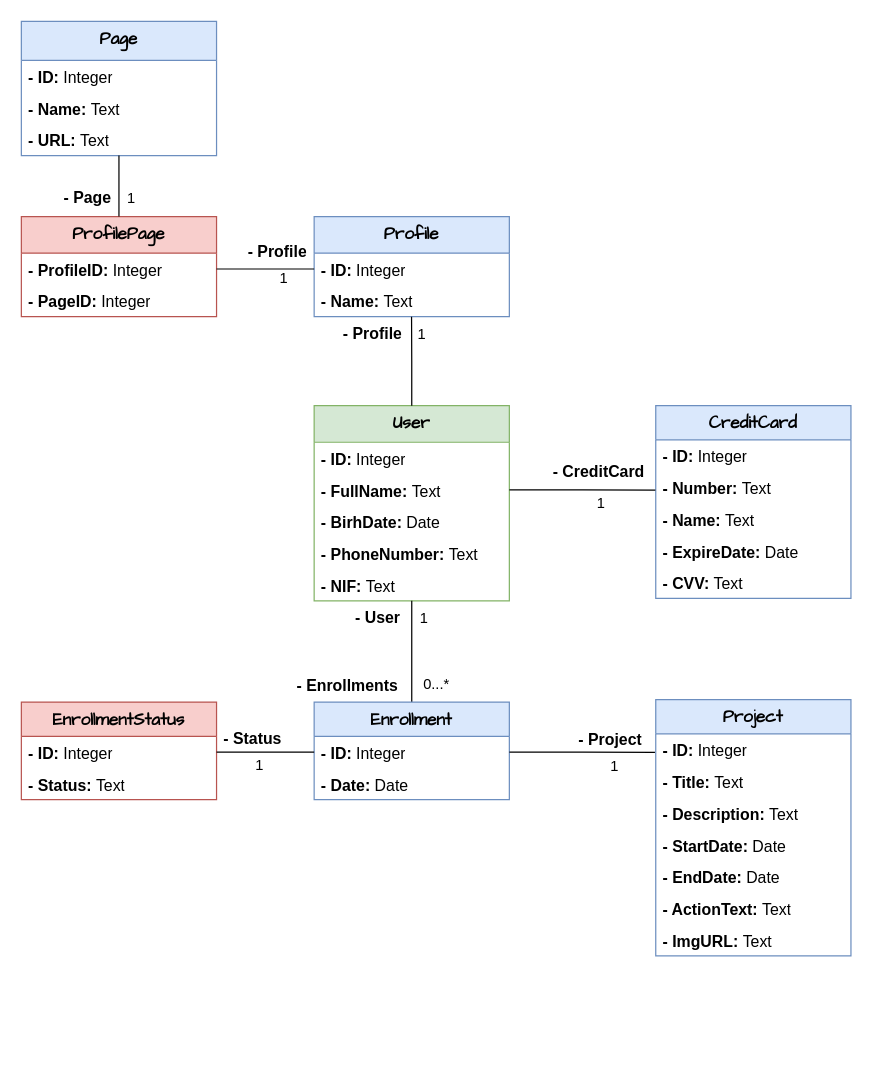
Above: models/data-models.drawio in Joaquim-Claudio/CVP360 (draw.io), before the change. Source tidied: cells renumbered, new cells numbered last; positions are measured from the earlier drawing's top-left corner, leaving out a move shared by most shapes. Both pictures are drawn from the tidied source at 122%, with x=0, y=0 at pixel (21, 21).
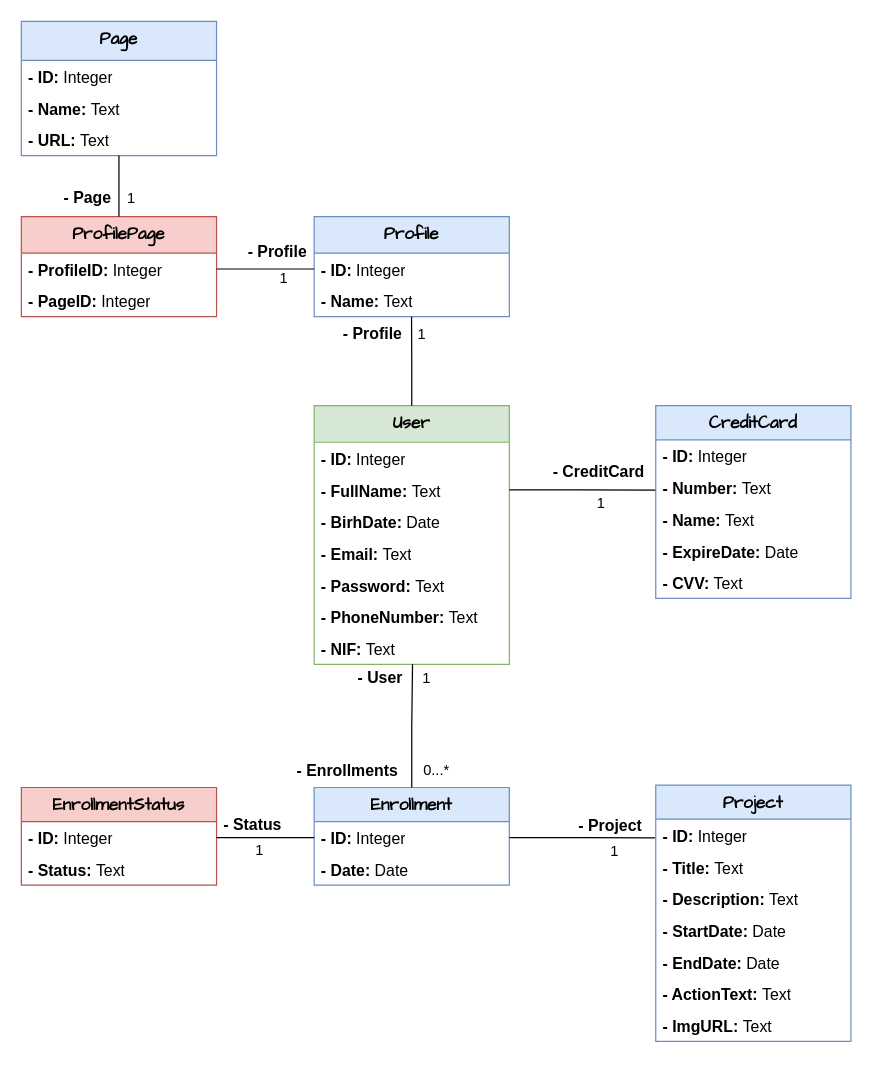
After the change.

Change to the diagram source:
```diff
@@
     <mxCell id="2" value="&lt;font style=&quot;font-size: 14px;&quot;&gt;User&lt;/font&gt;" style="swimlane;fontStyle=1;align=center;verticalAlign=top;horizontal=1;startSize=30;whiteSpace=wrap;html=1;fontFamily=Comic Sans MS;fontSize=13;fillColor=#d5e8d4;strokeColor=#82b366;" parent="1" vertex="1">
-      <mxGeometry x="240" y="315" width="160" height="160" as="geometry" />
+      <mxGeometry x="240" y="315" width="160" height="212" as="geometry" />
     </mxCell>
@@
+    <mxCell id="61" value="&lt;b style=&quot;font-size: 13px;&quot;&gt;- Email:&lt;/b&gt;&amp;nbsp;Text" style="text;strokeColor=none;fillColor=none;align=left;verticalAlign=top;spacingLeft=4;spacingRight=4;overflow=hidden;whiteSpace=wrap;html=1;fontSize=13;" parent="2" vertex="1">
+      <mxGeometry y="108" width="160" height="26" as="geometry" />
+    </mxCell>
+    <mxCell id="62" value="&lt;b style=&quot;font-size: 13px;&quot;&gt;- Password:&lt;/b&gt;&amp;nbsp;Text" style="text;strokeColor=none;fillColor=none;align=left;verticalAlign=top;spacingLeft=4;spacingRight=4;overflow=hidden;whiteSpace=wrap;html=1;fontSize=13;" parent="2" vertex="1">
+      <mxGeometry y="134" width="160" height="26" as="geometry" />
+    </mxCell>
     <mxCell id="6" value="&lt;b style=&quot;font-size: 13px;&quot;&gt;- PhoneNumber:&lt;/b&gt;&amp;nbsp;Text" style="text;strokeColor=none;fillColor=none;align=left;verticalAlign=top;spacingLeft=4;spacingRight=4;overflow=hidden;whiteSpace=wrap;html=1;fontSize=13;" parent="2" vertex="1">
-      <mxGeometry y="108" width="160" height="26" as="geometry" />
+      <mxGeometry y="160" width="160" height="26" as="geometry" />
     </mxCell>
     <mxCell id="7" value="&lt;b style=&quot;font-size: 13px;&quot;&gt;- NIF:&lt;/b&gt;&amp;nbsp;Text" style="text;strokeColor=none;fillColor=none;align=left;verticalAlign=top;spacingLeft=4;spacingRight=4;overflow=hidden;points=[[0,0.5],[1,0.5]];portConstraint=eastwest;whiteSpace=wrap;html=1;fontSize=13;" parent="2" vertex="1">
-      <mxGeometry y="134" width="160" height="26" as="geometry" />
+      <mxGeometry y="186" width="160" height="26" as="geometry" />
     </mxCell>
@@
     <mxCell id="24" value="&lt;font style=&quot;font-size: 14px;&quot;&gt;Project&lt;/font&gt;" style="swimlane;fontStyle=1;align=center;verticalAlign=top;horizontal=1;startSize=28;whiteSpace=wrap;html=1;fontFamily=Comic Sans MS;fontSize=13;fillColor=#dae8fc;strokeColor=#6c8ebf;" parent="1" vertex="1">
-      <mxGeometry x="520" y="556" width="160" height="210" as="geometry" />
+      <mxGeometry x="520" y="626" width="160" height="210" as="geometry" />
     </mxCell>
@@
-    <mxCell id="32" style="edgeStyle=orthogonalEdgeStyle;rounded=0;jettySize=auto;html=1;entryX=0.5;entryY=1;entryDx=0;entryDy=0;endArrow=none;endFill=0;" parent="1" edge="1" source="33" target="2">
-      <mxGeometry relative="1" as="geometry" />
-    </mxCell>
     <mxCell id="33" value="&lt;font style=&quot;font-size: 14px;&quot;&gt;Enrollment&lt;/font&gt;" style="swimlane;fontStyle=1;align=center;verticalAlign=top;horizontal=1;startSize=28;whiteSpace=wrap;html=1;fontFamily=Comic Sans MS;fontSize=13;fillColor=#dae8fc;strokeColor=#6c8ebf;" parent="1" vertex="1">
-      <mxGeometry x="240" y="558" width="160" height="80" as="geometry" />
+      <mxGeometry x="240" y="628" width="160" height="80" as="geometry" />
     </mxCell>
@@
     <mxCell id="48" value="- User" style="text;strokeColor=none;fillColor=none;align=left;verticalAlign=top;spacingLeft=4;spacingRight=4;overflow=hidden;whiteSpace=wrap;html=1;fontSize=13;fontStyle=1;" parent="1" vertex="1">
-      <mxGeometry x="268" y="475" width="52" height="26" as="geometry" />
+      <mxGeometry x="270" y="524" width="52" height="26" as="geometry" />
     </mxCell>
     <mxCell id="49" value="1" style="text;align=center;fontStyle=0;verticalAlign=middle;spacingLeft=3;spacingRight=3;strokeColor=none;html=1;" parent="1" vertex="1">
-      <mxGeometry x="320" y="480" width="20" height="20" as="geometry" />
+      <mxGeometry x="322" y="529" width="20" height="20" as="geometry" />
     </mxCell>
     <mxCell id="50" value="- Project" style="text;strokeColor=none;fillColor=none;align=left;verticalAlign=top;spacingLeft=4;spacingRight=4;overflow=hidden;whiteSpace=wrap;html=1;fontSize=13;fontStyle=1;" parent="1" vertex="1">
-      <mxGeometry x="451" y="575" width="69" height="26" as="geometry" />
+      <mxGeometry x="451" y="645" width="69" height="26" as="geometry" />
     </mxCell>
     <mxCell id="51" value="1" style="text;align=center;fontStyle=0;verticalAlign=middle;spacingLeft=3;spacingRight=3;strokeColor=none;html=1;" parent="1" vertex="1">
-      <mxGeometry x="475.5" y="601" width="20" height="20" as="geometry" />
+      <mxGeometry x="475.5" y="671" width="20" height="20" as="geometry" />
     </mxCell>
@@
     <mxCell id="53" value="&lt;font style=&quot;font-size: 14px;&quot;&gt;EnrollmentStatus&lt;/font&gt;" style="swimlane;fontStyle=1;align=center;verticalAlign=top;horizontal=1;startSize=28;whiteSpace=wrap;html=1;fontFamily=Comic Sans MS;fontSize=13;fillColor=#f8cecc;strokeColor=#b85450;" parent="1" vertex="1">
-      <mxGeometry y="558" width="160" height="80" as="geometry" />
+      <mxGeometry y="628" width="160" height="80" as="geometry" />
     </mxCell>
@@
     <mxCell id="57" value="- Status" style="text;strokeColor=none;fillColor=none;align=left;verticalAlign=top;spacingLeft=4;spacingRight=4;overflow=hidden;whiteSpace=wrap;html=1;fontSize=13;fontStyle=1;" parent="1" vertex="1">
-      <mxGeometry x="160" y="574" width="69" height="26" as="geometry" />
+      <mxGeometry x="160" y="644" width="69" height="26" as="geometry" />
     </mxCell>
     <mxCell id="58" value="1" style="text;align=center;fontStyle=0;verticalAlign=middle;spacingLeft=3;spacingRight=3;strokeColor=none;html=1;" parent="1" vertex="1">
-      <mxGeometry x="184.5" y="600" width="20" height="20" as="geometry" />
+      <mxGeometry x="184.5" y="670" width="20" height="20" as="geometry" />
     </mxCell>
     <mxCell id="59" value="- Enrollments" style="text;strokeColor=none;fillColor=none;align=left;verticalAlign=top;spacingLeft=4;spacingRight=4;overflow=hidden;whiteSpace=wrap;html=1;fontSize=13;fontStyle=1;" parent="1" vertex="1">
-      <mxGeometry x="220" y="530" width="100" height="26" as="geometry" />
+      <mxGeometry x="220" y="600" width="100" height="26" as="geometry" />
     </mxCell>
     <mxCell id="60" value="0...*" style="text;align=center;fontStyle=0;verticalAlign=middle;spacingLeft=3;spacingRight=3;strokeColor=none;html=1;" parent="1" vertex="1">
-      <mxGeometry x="330" y="534" width="20" height="20" as="geometry" />
+      <mxGeometry x="330" y="604" width="20" height="20" as="geometry" />
     </mxCell>
+    <mxCell id="63" style="edgeStyle=orthogonalEdgeStyle;rounded=0;jettySize=auto;html=1;exitX=0.5;exitY=0;exitDx=0;exitDy=0;entryX=0.504;entryY=0.989;entryDx=0;entryDy=0;entryPerimeter=0;endArrow=none;endFill=0;" parent="1" edge="1" source="33" target="7">
+      <mxGeometry relative="1" as="geometry" />
+    </mxCell>
```
